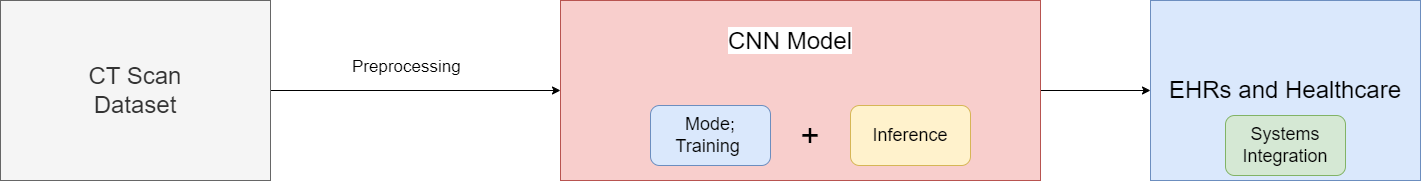
This is Achitectural Diagram.drawio.png from belanasaikiran/FlowCharts, a draw.io export, as it was before one commit. Source tidied: cells renumbered, new cells last; positions are measured from the earlier drawing's top-left corner, leaving out a move shared by most shapes. Source of this version:
```xml
<mxGraphModel>
  <root>
    <mxCell id="0" />
    <mxCell id="1" parent="0" />
    <mxCell id="2" style="edgeStyle=orthogonalEdgeStyle;rounded=0;jettySize=auto;html=1;entryX=0;entryY=0.5;entryDx=0;entryDy=0;" parent="1" edge="1" source="3" target="5">
      <mxGeometry relative="1" as="geometry" />
    </mxCell>
    <mxCell id="3" value="CT Scan &lt;br style=&quot;font-size: 24px;&quot;&gt;Dataset" style="rounded=0;whiteSpace=wrap;html=1;fontSize=24;fillColor=#f5f5f5;strokeColor=#666666;fontColor=#333333;" parent="1" vertex="1">
      <mxGeometry width="270" height="180" as="geometry" />
    </mxCell>
    <mxCell id="4" style="edgeStyle=orthogonalEdgeStyle;rounded=0;jettySize=auto;html=1;entryX=0;entryY=0.5;entryDx=0;entryDy=0;" parent="1" edge="1" source="5" target="12">
      <mxGeometry relative="1" as="geometry" />
    </mxCell>
    <mxCell id="5" style="rounded=0;whiteSpace=wrap;html=1;fontSize=24;fillColor=#f8cecc;strokeColor=#b85450;" parent="1" vertex="1">
      <mxGeometry x="560" width="480" height="180" as="geometry" />
    </mxCell>
    <mxCell id="6" value="&lt;span style=&quot;color: rgb(0, 0, 0); font-family: Helvetica; font-size: 17px; font-style: normal; font-variant-ligatures: normal; font-variant-caps: normal; font-weight: 400; letter-spacing: normal; orphans: 2; text-align: center; text-indent: 0px; text-transform: none; widows: 2; word-spacing: 0px; -webkit-text-stroke-width: 0px; background-color: rgb(255, 255, 255); text-decoration-thickness: initial; text-decoration-style: initial; text-decoration-color: initial; float: none; display: inline !important;&quot;&gt;Preprocessing&lt;/span&gt;" style="text;whiteSpace=wrap;html=1;" parent="1" vertex="1">
      <mxGeometry x="350" y="50" width="140" height="40" as="geometry" />
    </mxCell>
    <mxCell id="7" value="Mode; Training&amp;nbsp;" style="rounded=1;whiteSpace=wrap;html=1;fontSize=18;fillColor=#dae8fc;strokeColor=#6c8ebf;" parent="1" vertex="1">
      <mxGeometry x="650" y="105" width="120" height="60" as="geometry" />
    </mxCell>
    <mxCell id="8" value="+" style="text;html=1;strokeColor=none;fillColor=none;align=center;verticalAlign=middle;whiteSpace=wrap;rounded=0;fontSize=33;" parent="1" vertex="1">
      <mxGeometry x="780" y="120" width="60" height="30" as="geometry" />
    </mxCell>
    <mxCell id="9" value="Inference" style="rounded=1;whiteSpace=wrap;html=1;fontSize=18;fillColor=#fff2cc;strokeColor=#d6b656;" parent="1" vertex="1">
      <mxGeometry x="850" y="105" width="120" height="60" as="geometry" />
    </mxCell>
    <mxCell id="10" value="&lt;span style=&quot;color: rgb(0, 0, 0); font-family: Helvetica; font-size: 24px; font-style: normal; font-variant-ligatures: normal; font-variant-caps: normal; font-weight: 400; letter-spacing: normal; orphans: 2; text-indent: 0px; text-transform: none; widows: 2; word-spacing: 0px; -webkit-text-stroke-width: 0px; background-color: rgb(255, 255, 255); text-decoration-thickness: initial; text-decoration-style: initial; text-decoration-color: initial; float: none; display: inline !important;&quot;&gt;CNN Model&lt;/span&gt;" style="text;whiteSpace=wrap;html=1;align=center;" parent="1" vertex="1">
      <mxGeometry x="710" y="20" width="160" height="50" as="geometry" />
    </mxCell>
    <mxCell id="11" style="group;" parent="1" vertex="1">
      <mxGeometry x="1150" width="270" height="180" as="geometry" />
    </mxCell>
    <mxCell id="12" value="EHRs and Healthcare" style="rounded=0;whiteSpace=wrap;html=1;fontSize=24;fillColor=#dae8fc;strokeColor=#6c8ebf;" parent="11" vertex="1">
      <mxGeometry width="270" height="180" as="geometry" />
    </mxCell>
    <mxCell id="13" value="Systems Integration" style="rounded=1;whiteSpace=wrap;html=1;fontSize=18;fillColor=#d5e8d4;strokeColor=#82b366;" parent="11" vertex="1">
      <mxGeometry x="75" y="115" width="120" height="60" as="geometry" />
    </mxCell>
  </root>
</mxGraphModel>
```
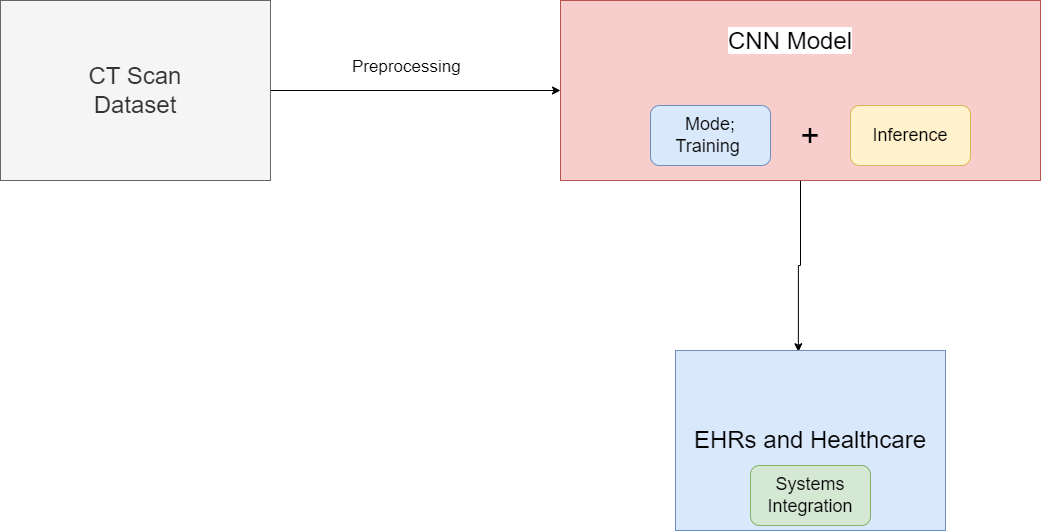
Later version of the same file.

What changed in the source:
```diff
@@ -8,7 +8,7 @@
     <mxCell id="3" value="CT Scan &lt;br style=&quot;font-size: 24px;&quot;&gt;Dataset" style="rounded=0;whiteSpace=wrap;html=1;fontSize=24;fillColor=#f5f5f5;strokeColor=#666666;fontColor=#333333;" parent="1" vertex="1">
       <mxGeometry width="270" height="180" as="geometry" />
     </mxCell>
-    <mxCell id="4" style="edgeStyle=orthogonalEdgeStyle;rounded=0;jettySize=auto;html=1;entryX=0;entryY=0.5;entryDx=0;entryDy=0;" parent="1" edge="1" source="5" target="12">
+    <mxCell id="4" style="edgeStyle=orthogonalEdgeStyle;rounded=0;jettySize=auto;html=1;exitX=0.5;exitY=1;exitDx=0;exitDy=0;entryX=0.455;entryY=0.007;entryDx=0;entryDy=0;entryPerimeter=0;" parent="1" edge="1" source="5" target="12">
       <mxGeometry relative="1" as="geometry" />
     </mxCell>
     <mxCell id="5" style="rounded=0;whiteSpace=wrap;html=1;fontSize=24;fillColor=#f8cecc;strokeColor=#b85450;" parent="1" vertex="1">
@@ -30,7 +30,7 @@
       <mxGeometry x="710" y="20" width="160" height="50" as="geometry" />
     </mxCell>
     <mxCell id="11" style="group;" parent="1" vertex="1">
-      <mxGeometry x="1150" width="270" height="180" as="geometry" />
+      <mxGeometry x="675" y="350" width="270" height="180" as="geometry" />
     </mxCell>
     <mxCell id="12" value="EHRs and Healthcare" style="rounded=0;whiteSpace=wrap;html=1;fontSize=24;fillColor=#dae8fc;strokeColor=#6c8ebf;" parent="11" vertex="1">
       <mxGeometry width="270" height="180" as="geometry" />
```
